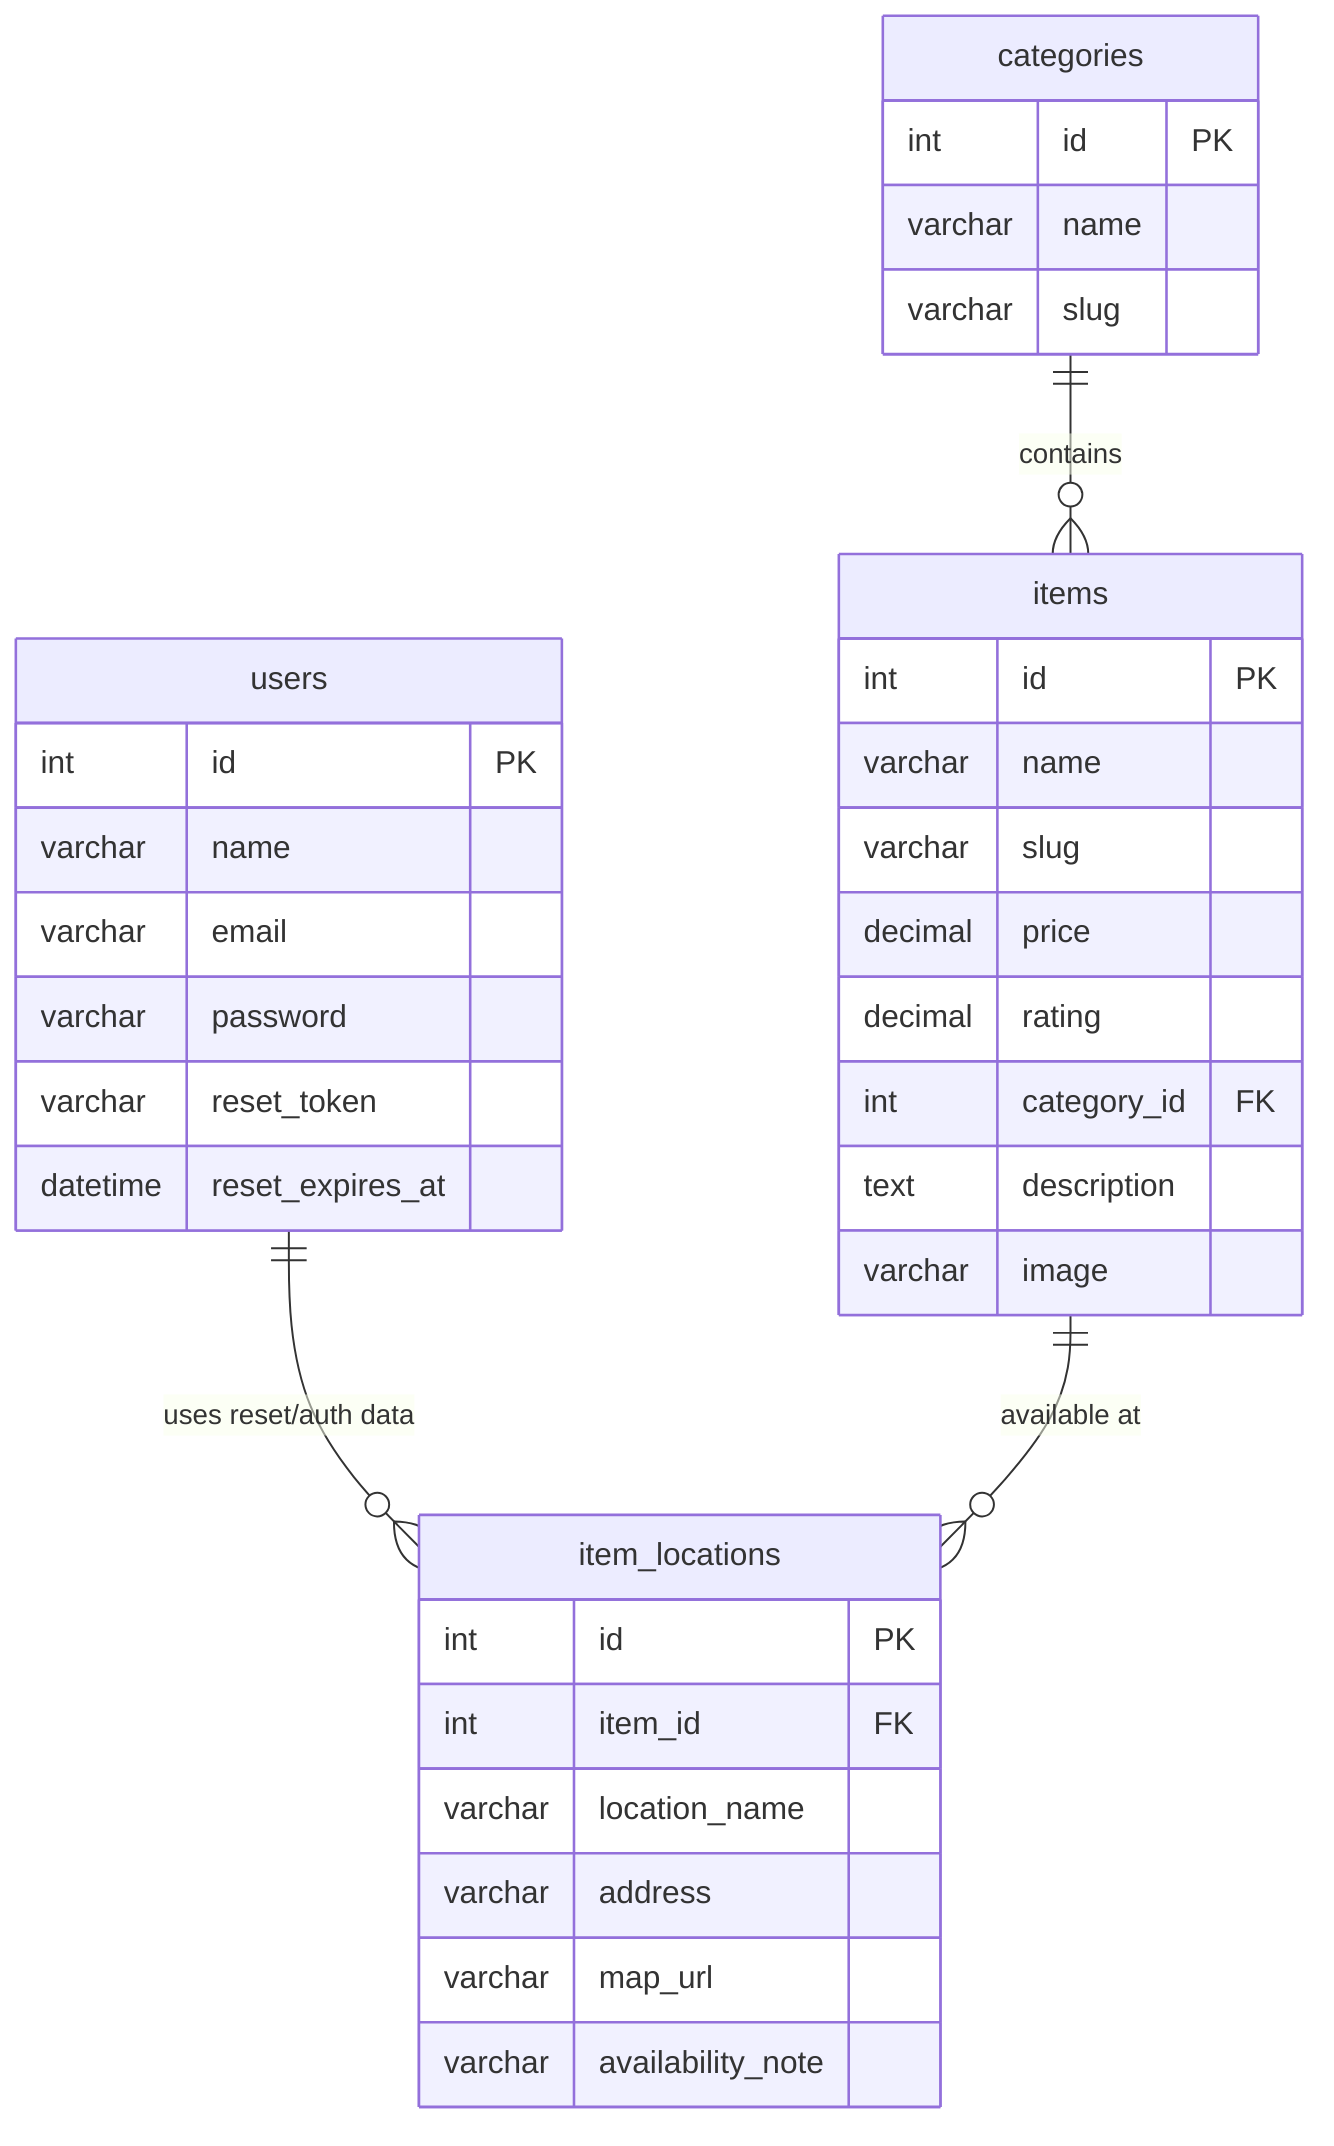
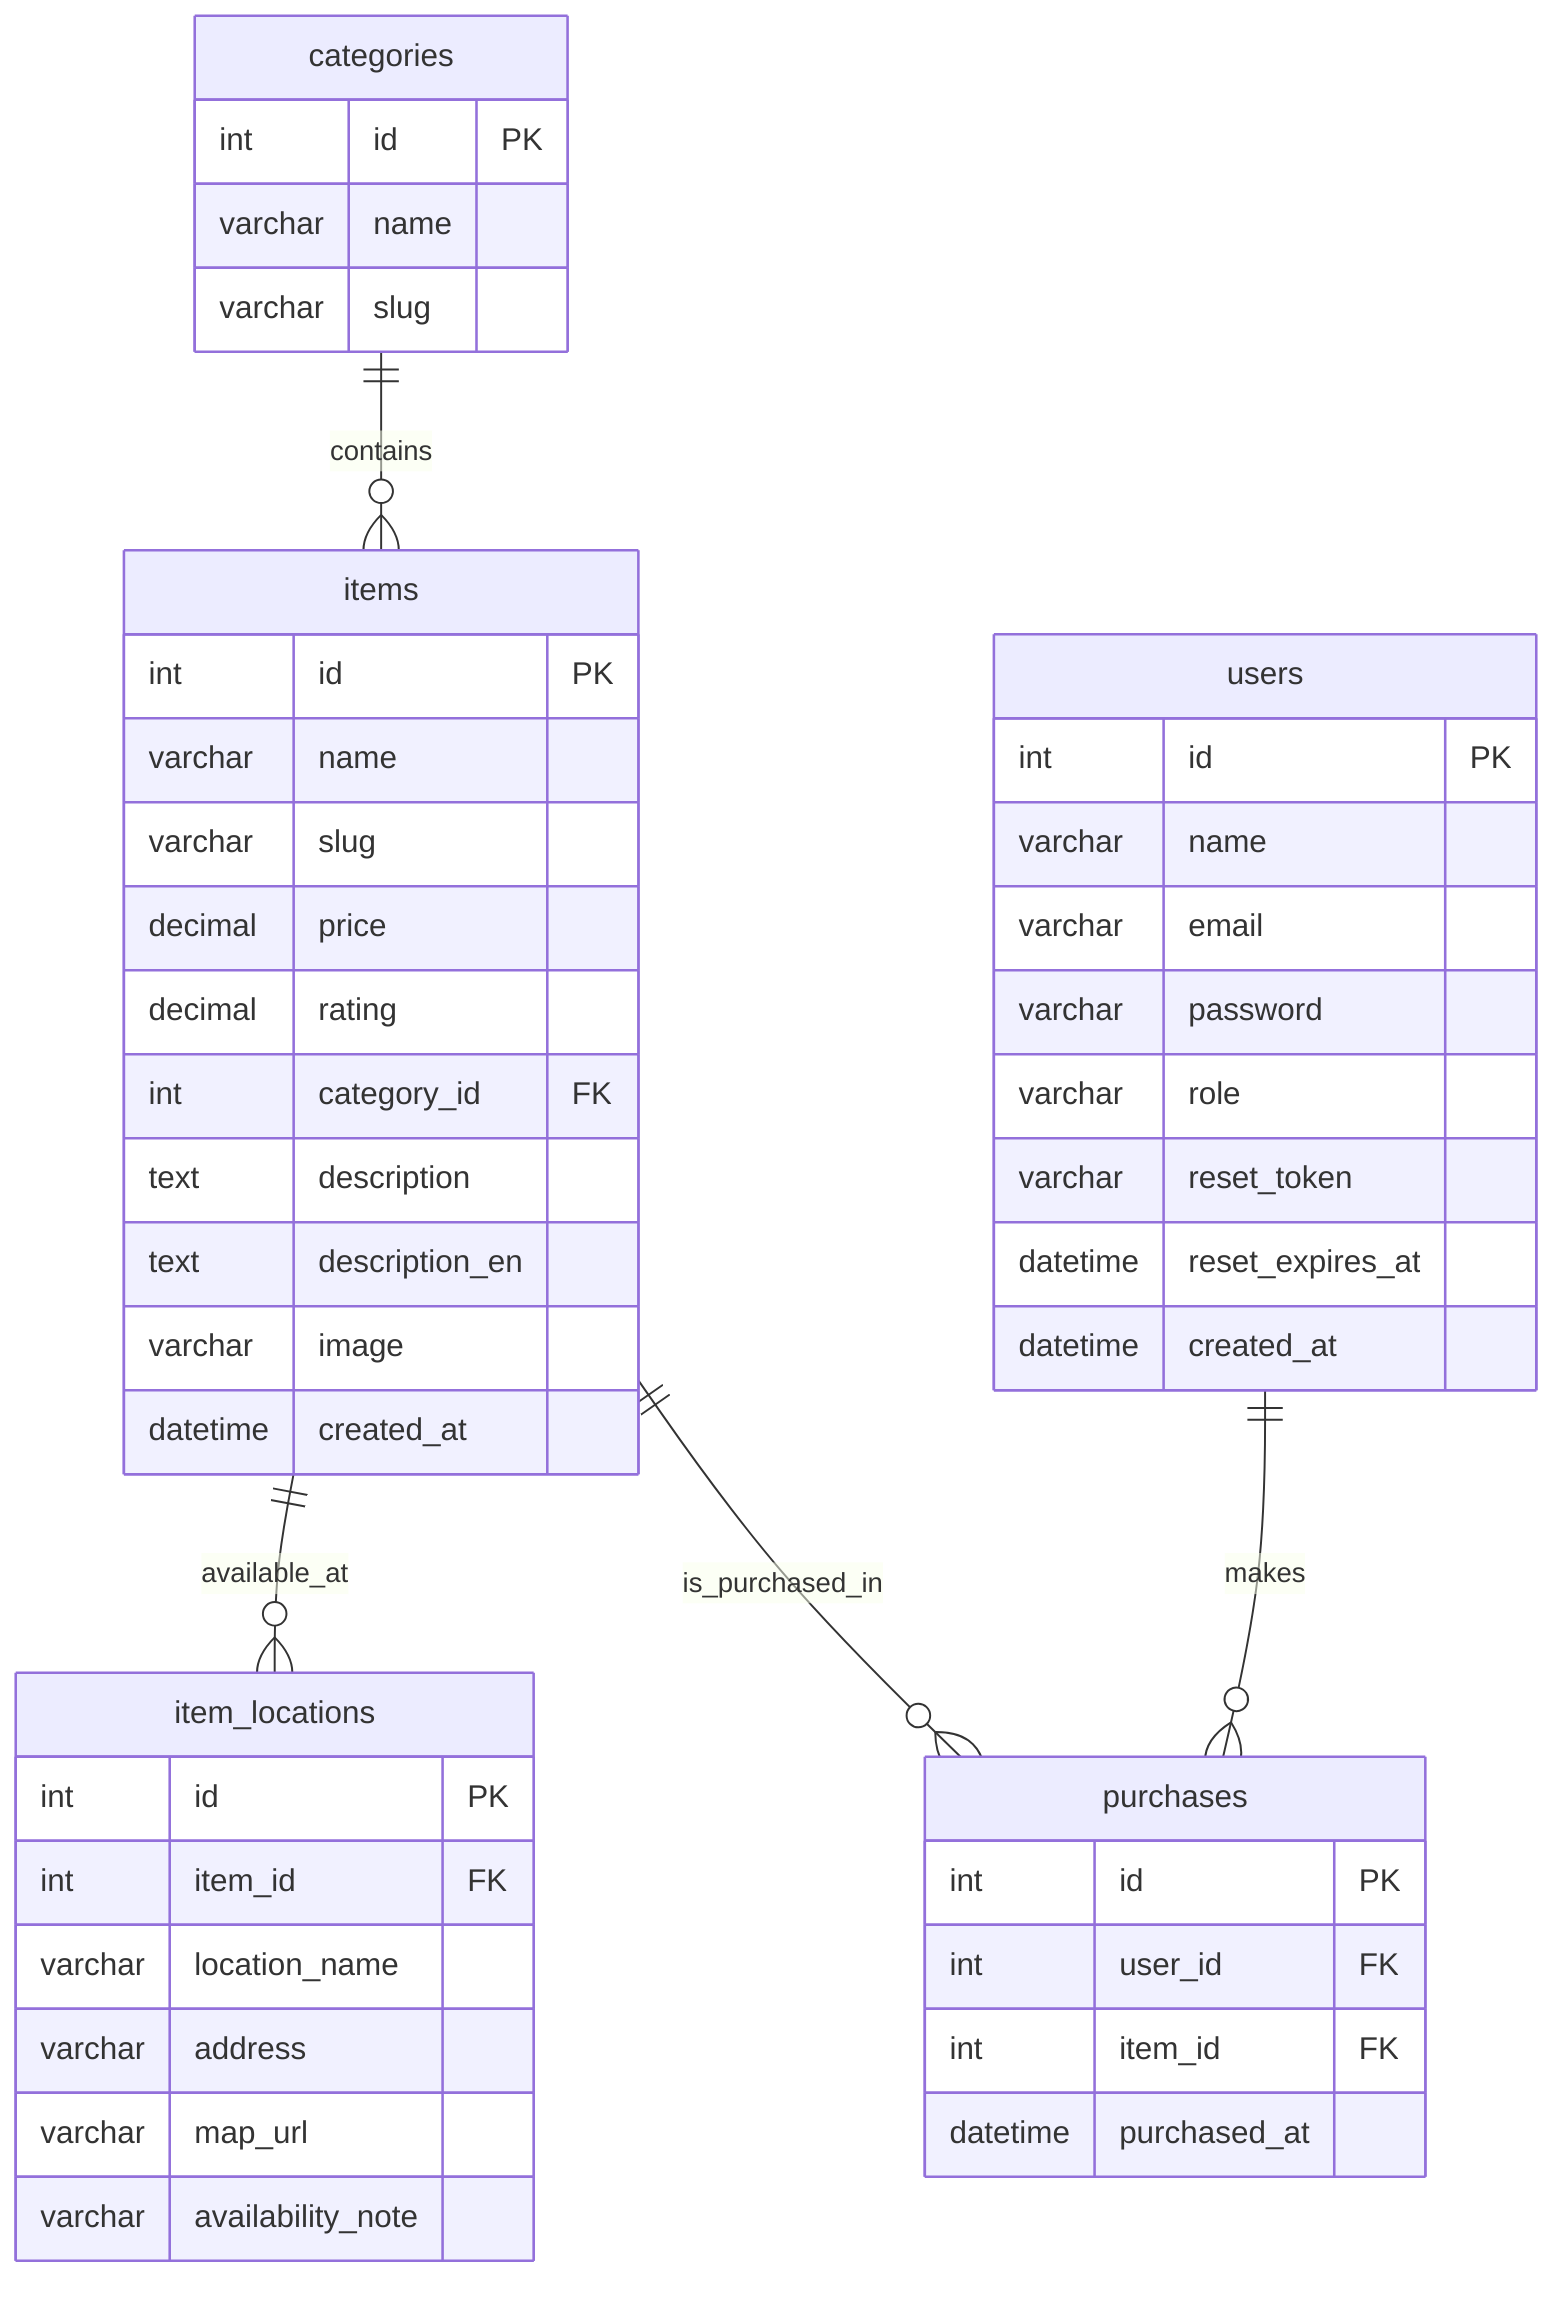
erDiagram
-     users ||--o{ item_locations : "uses reset/auth data"
-     categories ||--o{ items : "contains"
-     items ||--o{ item_locations : "available at"
+     categories ||--o{ items : contains
+     items ||--o{ item_locations : available_at
+     users ||--o{ purchases : makes
+     items ||--o{ purchases : is_purchased_in

    users {
        int id PK
        varchar name
        varchar email
        varchar password
+         varchar role
        varchar reset_token
        datetime reset_expires_at
+         datetime created_at
    }

    categories {
        int id PK
        varchar name
        varchar slug
    }

    items {
        int id PK
        varchar name
        varchar slug
        decimal price
        decimal rating
        int category_id FK
        text description
+         text description_en
        varchar image
+         datetime created_at
    }

    item_locations {
        int id PK
        int item_id FK
        varchar location_name
        varchar address
        varchar map_url
        varchar availability_note
    }
+ 
+     purchases {
+         int id PK
+         int user_id FK
+         int item_id FK
+         datetime purchased_at
+     }
